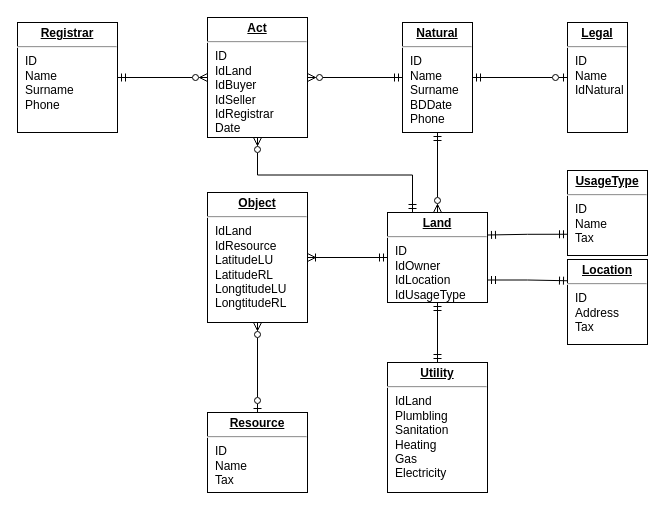
MilaHalko/CurseWork-DB keeps this draw.io diagram as page "Page-1" (1 of 2) of ER-Diagrams/ER Model.drawio. Above is the earlier version. Source tidied: cells renumbered, new cells numbered last; positions are measured from the earlier drawing's top-left corner, leaving out a move shared by most shapes. Both pictures are drawn from the tidied source at 100%, with x=0, y=0 at pixel (17, 17).
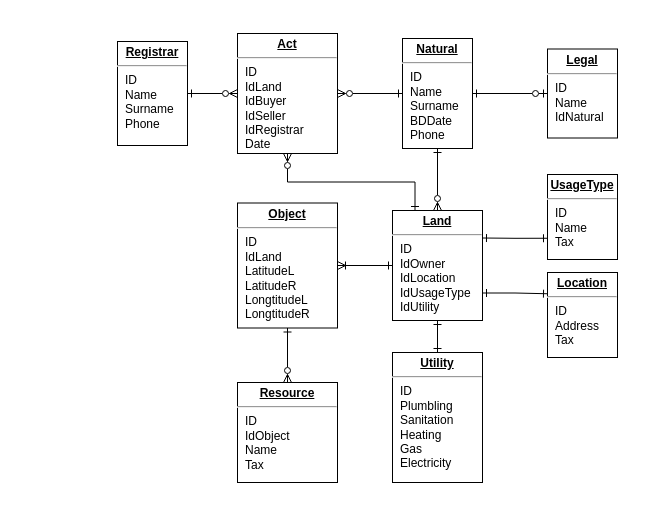
The same page after the edit.

The edit, as a diff of the source:
```diff
@@
-    <mxCell id="2" style="edgeStyle=orthogonalEdgeStyle;rounded=0;jettySize=auto;html=1;exitX=0.5;exitY=1;exitDx=0;exitDy=0;entryX=0.5;entryY=0;entryDx=0;entryDy=0;endArrow=ERmandOne;endFill=0;startArrow=ERmandOne;startFill=0;" parent="1" edge="1" source="5" target="18">
+    <mxCell id="2" style="edgeStyle=orthogonalEdgeStyle;rounded=0;jettySize=auto;html=1;exitX=0.5;exitY=1;exitDx=0;exitDy=0;entryX=0.5;entryY=0;entryDx=0;entryDy=0;endArrow=ERone;endFill=0;startArrow=ERone;startFill=0;" parent="1" edge="1" source="5" target="18">
       <mxGeometry relative="1" as="geometry" />
     </mxCell>
-    <mxCell id="3" style="edgeStyle=orthogonalEdgeStyle;rounded=0;jettySize=auto;html=1;exitX=1;exitY=0.75;exitDx=0;exitDy=0;entryX=0;entryY=0.25;entryDx=0;entryDy=0;startArrow=ERmandOne;startFill=0;endArrow=ERmandOne;endFill=0;" parent="1" edge="1" source="5" target="12">
+    <mxCell id="3" style="edgeStyle=orthogonalEdgeStyle;rounded=0;jettySize=auto;html=1;exitX=1;exitY=0.75;exitDx=0;exitDy=0;entryX=0;entryY=0.25;entryDx=0;entryDy=0;startArrow=ERone;startFill=0;endArrow=ERone;endFill=0;" parent="1" edge="1" source="5" target="12">
       <mxGeometry relative="1" as="geometry" />
     </mxCell>
+    <mxCell id="23" style="edgeStyle=orthogonalEdgeStyle;rounded=0;jettySize=auto;html=1;exitX=0.25;exitY=0;exitDx=0;exitDy=0;entryX=0.5;entryY=1;entryDx=0;entryDy=0;endArrow=ERzeroToMany;startArrow=ERone;startFill=0;endFill=0;" parent="1" edge="1" source="5" target="22">
+      <mxGeometry relative="1" as="geometry" />
+    </mxCell>
-    <mxCell id="4" style="edgeStyle=orthogonalEdgeStyle;rounded=0;jettySize=auto;html=1;exitX=0;exitY=0.5;exitDx=0;exitDy=0;startArrow=ERmandOne;startFill=0;endArrow=ERoneToMany;endFill=0;" parent="1" edge="1" source="5" target="15">
+    <mxCell id="4" style="edgeStyle=orthogonalEdgeStyle;rounded=0;jettySize=auto;html=1;exitX=0;exitY=0.5;exitDx=0;exitDy=0;entryX=1;entryY=0.5;entryDx=0;entryDy=0;startArrow=ERone;startFill=0;endArrow=ERoneToMany;endFill=0;" parent="1" edge="1" source="5" target="15">
       <mxGeometry relative="1" as="geometry" />
     </mxCell>
-    <mxCell id="5" value="&lt;p style=&quot;margin: 0px ; margin-top: 4px ; text-align: center ; text-decoration: underline&quot;&gt;&lt;b&gt;Land&lt;/b&gt;&lt;/p&gt;&lt;hr&gt;&lt;p style=&quot;margin: 0px ; margin-left: 8px&quot;&gt;ID&lt;/p&gt;&lt;p style=&quot;margin: 0px ; margin-left: 8px&quot;&gt;IdOwner&lt;/p&gt;&lt;p style=&quot;margin: 0px ; margin-left: 8px&quot;&gt;IdLocation&lt;/p&gt;&lt;p style=&quot;margin: 0px ; margin-left: 8px&quot;&gt;IdUsageType&lt;/p&gt;&lt;p style=&quot;margin: 0px ; margin-left: 8px&quot;&gt;&lt;br&gt;&lt;/p&gt;" style="verticalAlign=top;align=left;overflow=fill;fontSize=12;fontFamily=Helvetica;html=1;" parent="1" vertex="1">
-      <mxGeometry x="370" y="195" width="100" height="90" as="geometry" />
+    <mxCell id="5" value="&lt;p style=&quot;margin: 0px ; margin-top: 4px ; text-align: center ; text-decoration: underline&quot;&gt;&lt;b&gt;Land&lt;/b&gt;&lt;/p&gt;&lt;hr&gt;&lt;p style=&quot;margin: 0px ; margin-left: 8px&quot;&gt;ID&lt;/p&gt;&lt;p style=&quot;margin: 0px ; margin-left: 8px&quot;&gt;IdOwner&lt;/p&gt;&lt;p style=&quot;margin: 0px ; margin-left: 8px&quot;&gt;IdLocation&lt;/p&gt;&lt;p style=&quot;margin: 0px ; margin-left: 8px&quot;&gt;IdUsageType&lt;/p&gt;&lt;p style=&quot;margin: 0px ; margin-left: 8px&quot;&gt;IdUtility&lt;/p&gt;&lt;p style=&quot;margin: 0px ; margin-left: 8px&quot;&gt;&lt;br&gt;&lt;/p&gt;" style="verticalAlign=top;align=left;overflow=fill;fontSize=12;fontFamily=Helvetica;html=1;" parent="1" vertex="1">
+      <mxGeometry x="375" y="193" width="90" height="110" as="geometry" />
     </mxCell>
-    <mxCell id="6" style="edgeStyle=orthogonalEdgeStyle;rounded=0;jettySize=auto;html=1;exitX=0.5;exitY=1;exitDx=0;exitDy=0;entryX=0.5;entryY=0;entryDx=0;entryDy=0;startArrow=ERmandOne;startFill=0;endArrow=ERzeroToMany;endFill=0;" parent="1" edge="1" source="9" target="5">
+    <mxCell id="6" style="edgeStyle=orthogonalEdgeStyle;rounded=0;jettySize=auto;html=1;exitX=0.5;exitY=1;exitDx=0;exitDy=0;entryX=0.5;entryY=0;entryDx=0;entryDy=0;startArrow=ERone;startFill=0;endArrow=ERzeroToMany;endFill=0;" parent="1" edge="1" source="9" target="5">
       <mxGeometry relative="1" as="geometry" />
     </mxCell>
@@
-    <mxCell id="8" style="edgeStyle=orthogonalEdgeStyle;rounded=0;jettySize=auto;html=1;exitX=0;exitY=0.5;exitDx=0;exitDy=0;entryX=1;entryY=0.5;entryDx=0;entryDy=0;startArrow=ERmandOne;startFill=0;endArrow=ERzeroToMany;endFill=0;" parent="1" edge="1" source="9" target="22">
+    <mxCell id="8" style="edgeStyle=orthogonalEdgeStyle;rounded=0;jettySize=auto;html=1;exitX=0;exitY=0.5;exitDx=0;exitDy=0;entryX=1;entryY=0.5;entryDx=0;entryDy=0;startArrow=ERone;startFill=0;endArrow=ERzeroToMany;endFill=0;" parent="1" edge="1" source="9" target="22">
       <mxGeometry relative="1" as="geometry" />
     </mxCell>
     <mxCell id="9" value="&lt;p style=&quot;margin: 0px ; margin-top: 4px ; text-align: center ; text-decoration: underline&quot;&gt;&lt;b&gt;Natural&lt;/b&gt;&lt;/p&gt;&lt;hr&gt;&lt;p style=&quot;margin: 0px ; margin-left: 8px&quot;&gt;ID&lt;/p&gt;&lt;p style=&quot;margin: 0px ; margin-left: 8px&quot;&gt;Name&lt;/p&gt;&lt;p style=&quot;margin: 0px ; margin-left: 8px&quot;&gt;Surname&lt;/p&gt;&lt;p style=&quot;margin: 0px ; margin-left: 8px&quot;&gt;BDDate&lt;/p&gt;&lt;p style=&quot;margin: 0px ; margin-left: 8px&quot;&gt;Phone&lt;/p&gt;&lt;p style=&quot;margin: 0px ; margin-left: 8px&quot;&gt;&lt;br&gt;&lt;/p&gt;" style="verticalAlign=top;align=left;overflow=fill;fontSize=12;fontFamily=Helvetica;html=1;" parent="1" vertex="1">
-      <mxGeometry x="385" y="5" width="70" height="110" as="geometry" />
+      <mxGeometry x="385" y="21" width="70" height="110" as="geometry" />
     </mxCell>
-    <mxCell id="10" style="edgeStyle=orthogonalEdgeStyle;rounded=0;jettySize=auto;html=1;exitX=0;exitY=0.5;exitDx=0;exitDy=0;entryX=1;entryY=0.5;entryDx=0;entryDy=0;startArrow=ERzeroToOne;startFill=0;endArrow=ERmandOne;endFill=0;" parent="1" edge="1" source="11" target="9">
+    <mxCell id="10" style="edgeStyle=orthogonalEdgeStyle;rounded=0;jettySize=auto;html=1;exitX=0;exitY=0.5;exitDx=0;exitDy=0;entryX=1;entryY=0.5;entryDx=0;entryDy=0;startArrow=ERzeroToOne;startFill=0;endArrow=ERone;endFill=0;" parent="1" edge="1" source="11" target="9">
       <mxGeometry relative="1" as="geometry" />
     </mxCell>
     <mxCell id="11" value="&lt;p style=&quot;margin: 0px ; margin-top: 4px ; text-align: center ; text-decoration: underline&quot;&gt;&lt;b&gt;Legal&lt;/b&gt;&lt;/p&gt;&lt;hr&gt;&lt;p style=&quot;margin: 0px ; margin-left: 8px&quot;&gt;ID&lt;/p&gt;&lt;p style=&quot;margin: 0px ; margin-left: 8px&quot;&gt;Name&lt;/p&gt;&lt;p style=&quot;margin: 0px ; margin-left: 8px&quot;&gt;IdNatural&lt;/p&gt;&lt;p style=&quot;margin: 0px ; margin-left: 8px&quot;&gt;&lt;br&gt;&lt;/p&gt;" style="verticalAlign=top;align=left;overflow=fill;fontSize=12;fontFamily=Helvetica;html=1;" parent="1" vertex="1">
-      <mxGeometry x="550" y="5" width="60" height="110" as="geometry" />
+      <mxGeometry x="530" y="31.5" width="70" height="89" as="geometry" />
     </mxCell>
     <mxCell id="12" value="&lt;p style=&quot;margin: 0px ; margin-top: 4px ; text-align: center ; text-decoration: underline&quot;&gt;&lt;b&gt;Location&lt;/b&gt;&lt;/p&gt;&lt;hr&gt;&lt;p style=&quot;margin: 0px ; margin-left: 8px&quot;&gt;ID&lt;/p&gt;&lt;p style=&quot;margin: 0px ; margin-left: 8px&quot;&gt;Address&lt;/p&gt;&lt;p style=&quot;margin: 0px ; margin-left: 8px&quot;&gt;Tax&lt;/p&gt;&lt;p style=&quot;margin: 0px ; margin-left: 8px&quot;&gt;&lt;br&gt;&lt;/p&gt;&lt;p style=&quot;margin: 0px ; margin-left: 8px&quot;&gt;&lt;br&gt;&lt;/p&gt;" style="verticalAlign=top;align=left;overflow=fill;fontSize=12;fontFamily=Helvetica;html=1;" parent="1" vertex="1">
-      <mxGeometry x="550" y="242" width="80" height="85" as="geometry" />
+      <mxGeometry x="530" y="255" width="70" height="85" as="geometry" />
     </mxCell>
-    <mxCell id="13" style="edgeStyle=orthogonalEdgeStyle;rounded=0;jettySize=auto;html=1;exitX=0;exitY=0.75;exitDx=0;exitDy=0;entryX=1;entryY=0.25;entryDx=0;entryDy=0;startArrow=ERmandOne;startFill=0;endArrow=ERmandOne;endFill=0;" parent="1" edge="1" source="14" target="5">
+    <mxCell id="13" style="edgeStyle=orthogonalEdgeStyle;rounded=0;jettySize=auto;html=1;exitX=0;exitY=0.75;exitDx=0;exitDy=0;entryX=1;entryY=0.25;entryDx=0;entryDy=0;startArrow=ERone;startFill=0;endArrow=ERone;endFill=0;" parent="1" edge="1" source="14" target="5">
       <mxGeometry relative="1" as="geometry" />
     </mxCell>
     <mxCell id="14" value="&lt;p style=&quot;margin: 0px ; margin-top: 4px ; text-align: center ; text-decoration: underline&quot;&gt;&lt;b&gt;UsageType&lt;/b&gt;&lt;/p&gt;&lt;hr&gt;&lt;p style=&quot;margin: 0px ; margin-left: 8px&quot;&gt;ID&lt;/p&gt;&lt;p style=&quot;margin: 0px ; margin-left: 8px&quot;&gt;Name&lt;/p&gt;&lt;p style=&quot;margin: 0px ; margin-left: 8px&quot;&gt;Tax&lt;/p&gt;&lt;p style=&quot;margin: 0px ; margin-left: 8px&quot;&gt;&lt;br&gt;&lt;/p&gt;" style="verticalAlign=top;align=left;overflow=fill;fontSize=12;fontFamily=Helvetica;html=1;" parent="1" vertex="1">
-      <mxGeometry x="550" y="153" width="80" height="85" as="geometry" />
+      <mxGeometry x="530" y="157" width="70" height="85" as="geometry" />
     </mxCell>
+    <mxCell id="24" style="edgeStyle=orthogonalEdgeStyle;rounded=0;jettySize=auto;html=1;exitX=0.5;exitY=1;exitDx=0;exitDy=0;entryX=0.5;entryY=0;entryDx=0;entryDy=0;endArrow=ERzeroToMany;endFill=0;startArrow=ERone;startFill=0;" parent="1" edge="1" source="15" target="17">
+      <mxGeometry relative="1" as="geometry" />
+    </mxCell>
-    <mxCell id="15" value="&lt;p style=&quot;margin: 0px ; margin-top: 4px ; text-align: center ; text-decoration: underline&quot;&gt;&lt;b&gt;Object&lt;/b&gt;&lt;/p&gt;&lt;hr&gt;&lt;p style=&quot;margin: 0px ; margin-left: 8px&quot;&gt;IdLand&lt;/p&gt;&lt;p style=&quot;margin: 0px ; margin-left: 8px&quot;&gt;IdResource&lt;/p&gt;&lt;p style=&quot;margin: 0px ; margin-left: 8px&quot;&gt;LatitudeLU&lt;/p&gt;&lt;p style=&quot;margin: 0px ; margin-left: 8px&quot;&gt;LatitudeRL&lt;/p&gt;&lt;p style=&quot;margin: 0px ; margin-left: 8px&quot;&gt;LongtitudeLU&lt;/p&gt;&lt;p style=&quot;margin: 0px ; margin-left: 8px&quot;&gt;LongtitudeRL&lt;/p&gt;&lt;p style=&quot;margin: 0px ; margin-left: 8px&quot;&gt;&lt;br&gt;&lt;/p&gt;" style="verticalAlign=top;align=left;overflow=fill;fontSize=12;fontFamily=Helvetica;html=1;" parent="1" vertex="1">
-      <mxGeometry x="190" y="175" width="100" height="130" as="geometry" />
+    <mxCell id="15" value="&lt;p style=&quot;margin: 0px ; margin-top: 4px ; text-align: center ; text-decoration: underline&quot;&gt;&lt;b&gt;Object&lt;/b&gt;&lt;/p&gt;&lt;hr&gt;&lt;p style=&quot;margin: 0px ; margin-left: 8px&quot;&gt;ID&lt;/p&gt;&lt;p style=&quot;margin: 0px ; margin-left: 8px&quot;&gt;IdLand&lt;/p&gt;&lt;p style=&quot;margin: 0px ; margin-left: 8px&quot;&gt;LatitudeL&lt;/p&gt;&lt;p style=&quot;margin: 0px ; margin-left: 8px&quot;&gt;LatitudeR&lt;/p&gt;&lt;p style=&quot;margin: 0px ; margin-left: 8px&quot;&gt;LongtitudeL&lt;/p&gt;&lt;p style=&quot;margin: 0px ; margin-left: 8px&quot;&gt;LongtitudeR&lt;/p&gt;&lt;p style=&quot;margin: 0px ; margin-left: 8px&quot;&gt;&lt;br&gt;&lt;/p&gt;" style="verticalAlign=top;align=left;overflow=fill;fontSize=12;fontFamily=Helvetica;html=1;" parent="1" vertex="1">
+      <mxGeometry x="220" y="185.5" width="100" height="125" as="geometry" />
     </mxCell>
-    <mxCell id="16" style="edgeStyle=orthogonalEdgeStyle;rounded=0;jettySize=auto;html=1;exitX=0.5;exitY=0;exitDx=0;exitDy=0;entryX=0.5;entryY=1;entryDx=0;entryDy=0;startArrow=ERzeroToOne;startFill=0;endArrow=ERzeroToMany;endFill=0;" parent="1" edge="1" source="17" target="15">
-      <mxGeometry relative="1" as="geometry" />
-    </mxCell>
-    <mxCell id="17" value="&lt;p style=&quot;margin: 0px ; margin-top: 4px ; text-align: center ; text-decoration: underline&quot;&gt;&lt;b&gt;Resource&lt;/b&gt;&lt;/p&gt;&lt;hr&gt;&lt;p style=&quot;margin: 0px ; margin-left: 8px&quot;&gt;ID&lt;/p&gt;&lt;p style=&quot;margin: 0px ; margin-left: 8px&quot;&gt;Name&lt;/p&gt;&lt;p style=&quot;margin: 0px ; margin-left: 8px&quot;&gt;Tax&lt;/p&gt;&lt;p style=&quot;margin: 0px ; margin-left: 8px&quot;&gt;&lt;br&gt;&lt;/p&gt;" style="verticalAlign=top;align=left;overflow=fill;fontSize=12;fontFamily=Helvetica;html=1;" parent="1" vertex="1">
-      <mxGeometry x="190" y="395" width="100" height="80" as="geometry" />
+    <mxCell id="17" value="&lt;p style=&quot;margin: 0px ; margin-top: 4px ; text-align: center ; text-decoration: underline&quot;&gt;&lt;b&gt;Resource&lt;/b&gt;&lt;/p&gt;&lt;hr&gt;&lt;p style=&quot;margin: 0px ; margin-left: 8px&quot;&gt;ID&lt;/p&gt;&lt;p style=&quot;margin: 0px ; margin-left: 8px&quot;&gt;IdObject&lt;/p&gt;&lt;p style=&quot;margin: 0px ; margin-left: 8px&quot;&gt;Name&lt;/p&gt;&lt;p style=&quot;margin: 0px ; margin-left: 8px&quot;&gt;Tax&lt;/p&gt;&lt;p style=&quot;margin: 0px ; margin-left: 8px&quot;&gt;&lt;br&gt;&lt;/p&gt;" style="verticalAlign=top;align=left;overflow=fill;fontSize=12;fontFamily=Helvetica;html=1;" parent="1" vertex="1">
+      <mxGeometry x="220" y="365" width="100" height="100" as="geometry" />
     </mxCell>
-    <mxCell id="18" value="&lt;p style=&quot;margin: 0px ; margin-top: 4px ; text-align: center ; text-decoration: underline&quot;&gt;&lt;b&gt;Utility&lt;/b&gt;&lt;/p&gt;&lt;hr&gt;&lt;p style=&quot;margin: 0px ; margin-left: 8px&quot;&gt;IdLand&lt;/p&gt;&lt;p style=&quot;margin: 0px ; margin-left: 8px&quot;&gt;Plumbling&lt;/p&gt;&lt;p style=&quot;margin: 0px ; margin-left: 8px&quot;&gt;Sanitation&lt;/p&gt;&lt;p style=&quot;margin: 0px ; margin-left: 8px&quot;&gt;Heating&lt;/p&gt;&lt;p style=&quot;margin: 0px ; margin-left: 8px&quot;&gt;Gas&lt;/p&gt;&lt;p style=&quot;margin: 0px ; margin-left: 8px&quot;&gt;Electricity&lt;/p&gt;&lt;p style=&quot;margin: 0px ; margin-left: 8px&quot;&gt;&lt;br&gt;&lt;/p&gt;" style="verticalAlign=top;align=left;overflow=fill;fontSize=12;fontFamily=Helvetica;html=1;" parent="1" vertex="1">
-      <mxGeometry x="370" y="345" width="100" height="130" as="geometry" />
+    <mxCell id="18" value="&lt;p style=&quot;margin: 0px ; margin-top: 4px ; text-align: center ; text-decoration: underline&quot;&gt;&lt;b&gt;Utility&lt;/b&gt;&lt;/p&gt;&lt;hr&gt;&lt;p style=&quot;margin: 0px ; margin-left: 8px&quot;&gt;ID&lt;/p&gt;&lt;p style=&quot;margin: 0px ; margin-left: 8px&quot;&gt;Plumbling&lt;/p&gt;&lt;p style=&quot;margin: 0px ; margin-left: 8px&quot;&gt;Sanitation&lt;/p&gt;&lt;p style=&quot;margin: 0px ; margin-left: 8px&quot;&gt;Heating&lt;/p&gt;&lt;p style=&quot;margin: 0px ; margin-left: 8px&quot;&gt;Gas&lt;/p&gt;&lt;p style=&quot;margin: 0px ; margin-left: 8px&quot;&gt;Electricity&lt;/p&gt;&lt;p style=&quot;margin: 0px ; margin-left: 8px&quot;&gt;&lt;br&gt;&lt;/p&gt;" style="verticalAlign=top;align=left;overflow=fill;fontSize=12;fontFamily=Helvetica;html=1;" parent="1" vertex="1">
+      <mxGeometry x="375" y="335" width="90" height="130" as="geometry" />
     </mxCell>
-    <mxCell id="19" style="edgeStyle=orthogonalEdgeStyle;rounded=0;jettySize=auto;html=1;exitX=1;exitY=0.5;exitDx=0;exitDy=0;entryX=0;entryY=0.5;entryDx=0;entryDy=0;startArrow=ERmandOne;startFill=0;endArrow=ERzeroToMany;endFill=0;" parent="1" edge="1" source="20" target="22">
+    <mxCell id="19" style="edgeStyle=orthogonalEdgeStyle;rounded=0;jettySize=auto;html=1;exitX=1;exitY=0.5;exitDx=0;exitDy=0;entryX=0;entryY=0.5;entryDx=0;entryDy=0;startArrow=ERone;startFill=0;endArrow=ERzeroToMany;endFill=0;" parent="1" edge="1" source="20" target="22">
       <mxGeometry relative="1" as="geometry" />
     </mxCell>
     <mxCell id="20" value="&lt;p style=&quot;margin: 0px ; margin-top: 4px ; text-align: center ; text-decoration: underline&quot;&gt;&lt;b&gt;Registrar&lt;/b&gt;&lt;/p&gt;&lt;hr&gt;&lt;p style=&quot;margin: 0px ; margin-left: 8px&quot;&gt;ID&lt;/p&gt;&lt;p style=&quot;margin: 0px ; margin-left: 8px&quot;&gt;Name&lt;/p&gt;&lt;p style=&quot;margin: 0px ; margin-left: 8px&quot;&gt;Surname&lt;/p&gt;&lt;p style=&quot;margin: 0px ; margin-left: 8px&quot;&gt;Phone&lt;/p&gt;&lt;p style=&quot;margin: 0px ; margin-left: 8px&quot;&gt;&lt;br&gt;&lt;/p&gt;" style="verticalAlign=top;align=left;overflow=fill;fontSize=12;fontFamily=Helvetica;html=1;" parent="1" vertex="1">
-      <mxGeometry y="5" width="100" height="110" as="geometry" />
+      <mxGeometry x="100" y="24" width="70" height="104" as="geometry" />
     </mxCell>
-    <mxCell id="21" style="edgeStyle=orthogonalEdgeStyle;rounded=0;jettySize=auto;html=1;exitX=0.5;exitY=1;exitDx=0;exitDy=0;entryX=0.25;entryY=0;entryDx=0;entryDy=0;endArrow=ERmandOne;endFill=0;startArrow=ERzeroToMany;startFill=0;" parent="1" edge="1" source="22" target="5">
-      <mxGeometry relative="1" as="geometry" />
-    </mxCell>
     <mxCell id="22" value="&lt;p style=&quot;margin: 0px ; margin-top: 4px ; text-align: center ; text-decoration: underline&quot;&gt;&lt;b&gt;Act&lt;/b&gt;&lt;/p&gt;&lt;hr&gt;&lt;p style=&quot;margin: 0px ; margin-left: 8px&quot;&gt;ID&lt;/p&gt;&lt;p style=&quot;margin: 0px ; margin-left: 8px&quot;&gt;IdLand&lt;/p&gt;&lt;p style=&quot;margin: 0px ; margin-left: 8px&quot;&gt;IdBuyer&lt;/p&gt;&lt;p style=&quot;margin: 0px ; margin-left: 8px&quot;&gt;IdSeller&lt;/p&gt;&lt;p style=&quot;margin: 0px ; margin-left: 8px&quot;&gt;IdRegistrar&lt;/p&gt;&lt;p style=&quot;margin: 0px ; margin-left: 8px&quot;&gt;Date&lt;/p&gt;&lt;p style=&quot;margin: 0px ; margin-left: 8px&quot;&gt;&lt;br&gt;&lt;/p&gt;" style="verticalAlign=top;align=left;overflow=fill;fontSize=12;fontFamily=Helvetica;html=1;" parent="1" vertex="1">
-      <mxGeometry x="190" width="100" height="120" as="geometry" />
+      <mxGeometry x="220" y="16" width="100" height="120" as="geometry" />
     </mxCell>
```
